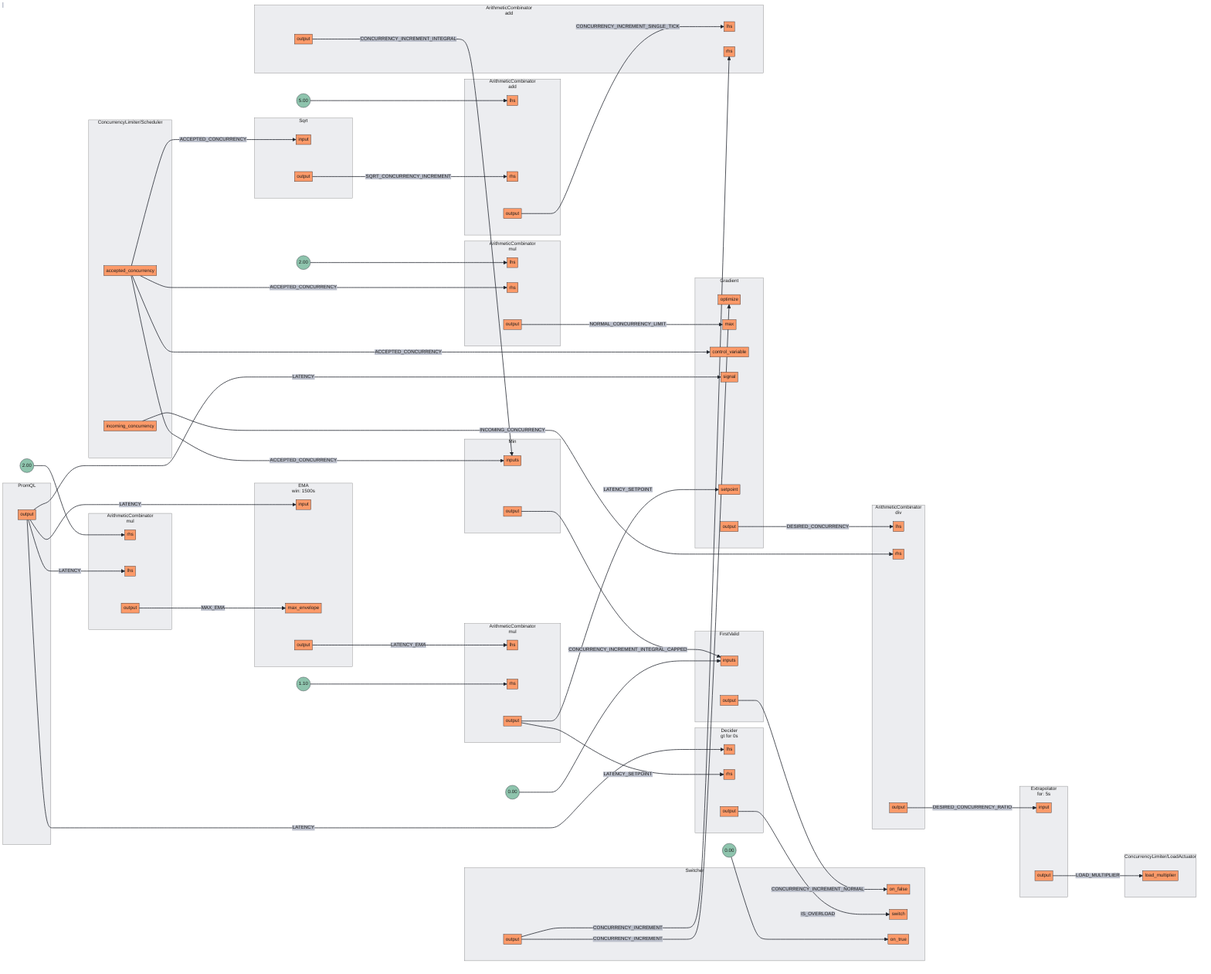
Above: docs/content/tutorials/flow-control/assets/workload-prioritization/workload-prioritization.mmd.png in dataongunlaws/aperture (Mermaid), before the change. Its source is kept beside it as docs/content/tutorials/flow-control/assets/workload-prioritization/workload-prioritization.mmd.
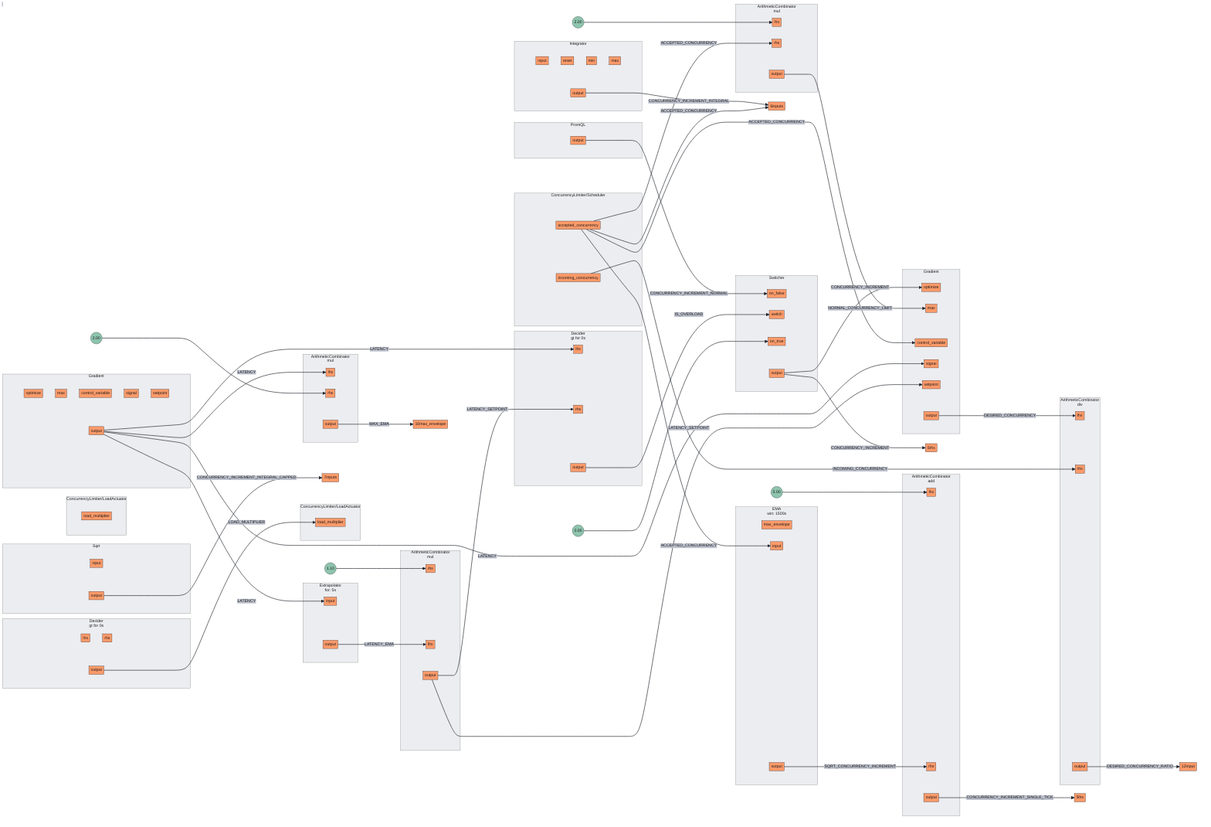
After the commit.

What changed in the source:
```diff
@@ -2,8 +2,8 @@
 subgraph 0[<center>ArithmeticCombinator<br/>mul</center>]
 subgraph 0_inports[ ]
 style 0_inports fill:none,stroke:none
+0lhs[lhs]
 0rhs[rhs]
-0lhs[lhs]
 end
 subgraph 0_outports[ ]
 style 0_outports fill:none,stroke:none
@@ -15,8 +15,8 @@
 subgraph 1[<center>ArithmeticCombinator<br/>mul</center>]
 subgraph 1_inports[ ]
 style 1_inports fill:none,stroke:none
+1rhs[rhs]
 1lhs[lhs]
-1rhs[rhs]
 end
 subgraph 1_outports[ ]
 style 1_outports fill:none,stroke:none
@@ -62,44 +62,39 @@
 end
 FakeConstant3((5.00))
 FakeConstant3 --> 4lhs
-subgraph 5[<center>ArithmeticCombinator<br/>add</center>]
+subgraph 5[Integrator]
 subgraph 5_inports[ ]
 style 5_inports fill:none,stroke:none
-5lhs[lhs]
-5rhs[rhs]
+5input[input]
+5reset[reset]
+5min[min]
+5max[max]
 end
 subgraph 5_outports[ ]
 style 5_outports fill:none,stroke:none
 5output[output]
 end
 end
-subgraph 6[Min]
+subgraph 6[Sqrt]
 subgraph 6_inports[ ]
 style 6_inports fill:none,stroke:none
-6inputs[inputs]
-6inputs[inputs]
+6input[input]
 end
 subgraph 6_outports[ ]
 style 6_outports fill:none,stroke:none
 6output[output]
 end
 end
-subgraph 7[FirstValid]
-subgraph 7_inports[ ]
-style 7_inports fill:none,stroke:none
-7inputs[inputs]
-7inputs[inputs]
-end
+subgraph 7[PromQL]
 subgraph 7_outports[ ]
 style 7_outports fill:none,stroke:none
 7output[output]
 end
 end
-FakeConstant4((0.00))
-FakeConstant4 --> 7inputs
-subgraph 8[Sqrt]
+subgraph 8[<center>EMA<br/>win: 1500s</center>]
 subgraph 8_inports[ ]
 style 8_inports fill:none,stroke:none
+8max_envelope[max_envelope]
 8input[input]
 end
 subgraph 8_outports[ ]
@@ -107,17 +102,24 @@
 8output[output]
 end
 end
-subgraph 9[PromQL]
+subgraph 9[Gradient]
+subgraph 9_inports[ ]
+style 9_inports fill:none,stroke:none
+9optimize[optimize]
+9max[max]
+9control_variable[control_variable]
+9signal[signal]
+9setpoint[setpoint]
+end
 subgraph 9_outports[ ]
 style 9_outports fill:none,stroke:none
 9output[output]
 end
 end
-subgraph 10[<center>EMA<br/>win: 1500s</center>]
+subgraph 10[<center>Extrapolator<br/>for: 5s</center>]
 subgraph 10_inports[ ]
 style 10_inports fill:none,stroke:none
 10input[input]
-10max_envelope[max_envelope]
 end
 subgraph 10_outports[ ]
 style 10_outports fill:none,stroke:none
@@ -138,10 +140,17 @@
 11output[output]
 end
 end
-subgraph 12[<center>Extrapolator<br/>for: 5s</center>]
+subgraph 11.LoadActuator[ConcurrencyLimiter/LoadActuator]
+subgraph 11.LoadActuator_inports[ ]
+style 11.LoadActuator_inports fill:none,stroke:none
+11.LoadActuatorload_multiplier[load_multiplier]
+end
+end
+subgraph 12[<center>Decider<br/>gt for 0s</center>]
 subgraph 12_inports[ ]
 style 12_inports fill:none,stroke:none
-12input[input]
+12lhs[lhs]
+12rhs[rhs]
 end
 subgraph 12_outports[ ]
 style 12_outports fill:none,stroke:none
```
